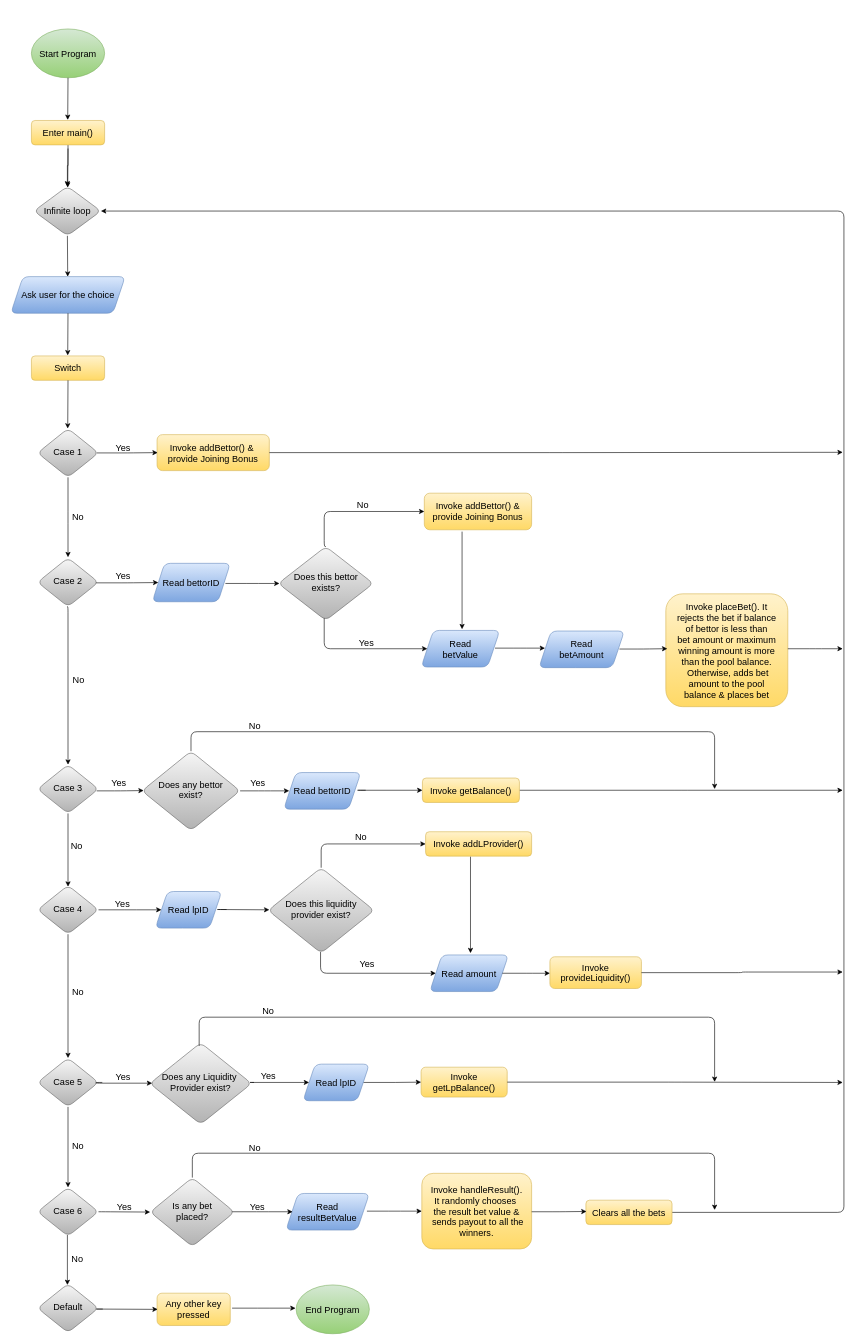
This is Untitled Diagram.drawio from Bhawana15/betting_contract, a draw.io file, before an edit. Source tidied: cells renumbered, new cells numbered last; positions are measured from the earlier drawing's top-left corner, leaving out a move shared by most shapes. Both pictures are drawn from the tidied source at 61%, with x=0, y=0 at pixel (10, 29).
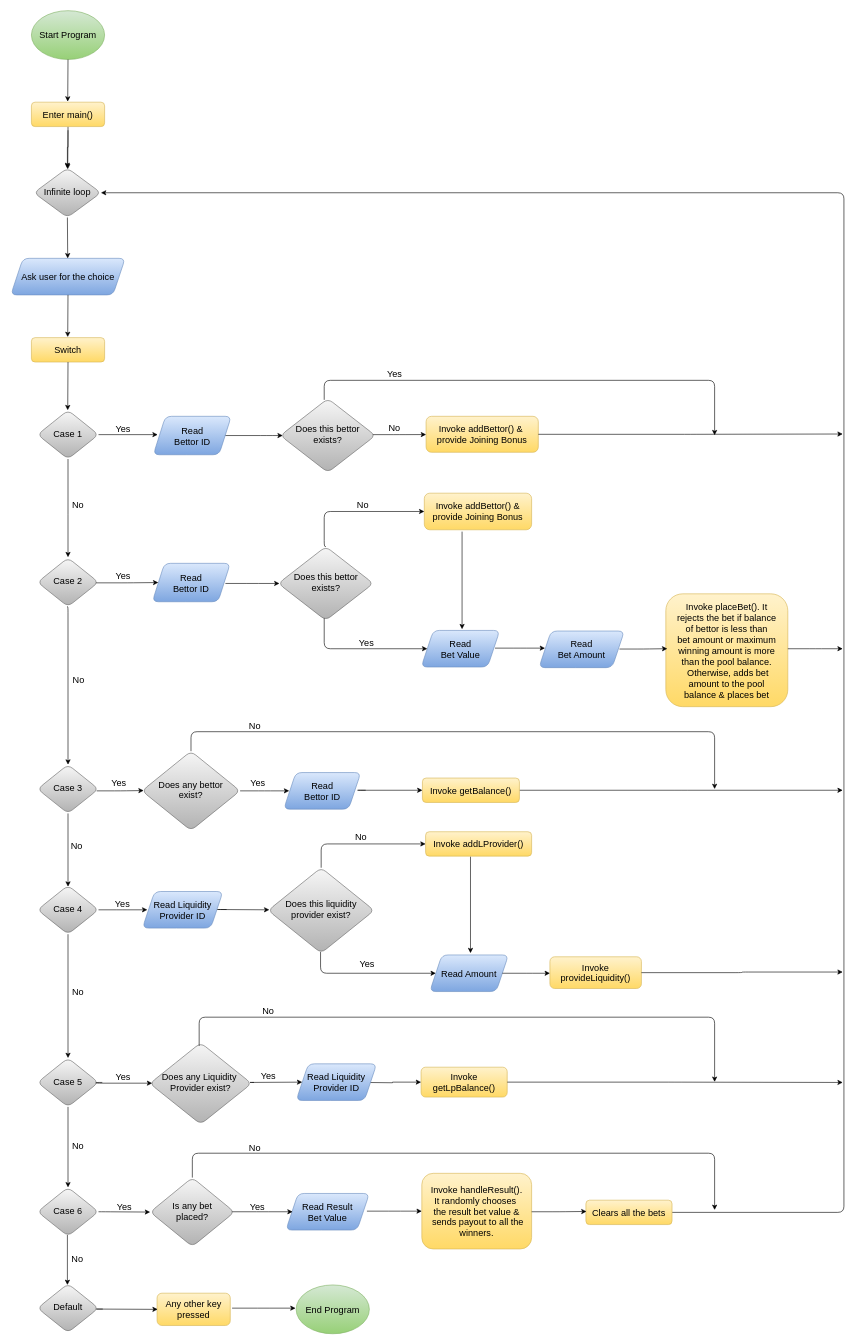
Above is the later version.

Unchanged cells that the change refers to:
```xml
<mxCell id="8" value="&lt;font style=&quot;font-size: 15px;&quot;&gt;Case 4&lt;/font&gt;" style="rhombus;whiteSpace=wrap;html=1;shadow=0;fontFamily=Helvetica;fontSize=15;align=center;strokeWidth=1;spacing=6;spacingTop=-4;fillColor=#f5f5f5;strokeColor=#666666;gradientColor=#b3b3b3;rounded=1;" parent="1" vertex="1">
  <mxGeometry x="44" y="1404" width="100" height="80" as="geometry" />
</mxCell>
<mxCell id="14" value="&lt;font style=&quot;font-size: 15px;&quot;&gt;Invoke getLpBalance()&lt;/font&gt;" style="whiteSpace=wrap;html=1;fontSize=15;glass=0;strokeWidth=1;shadow=0;fillColor=#fff2cc;strokeColor=#d6b656;gradientColor=#ffd966;rounded=1;" parent="1" vertex="1">
  <mxGeometry x="672.8" y="1702" width="141.2" height="49" as="geometry" />
</mxCell>
```

Change to the diagram source:
```diff
@@
     <mxCell id="2" value="&lt;font style=&quot;font-size: 15px&quot;&gt;Switch&lt;br&gt;&lt;/font&gt;" style="whiteSpace=wrap;html=1;fontSize=15;glass=0;strokeWidth=1;shadow=0;fillColor=#fff2cc;strokeColor=#d6b656;gradientColor=#ffd966;rounded=1;" parent="1" vertex="1">
-      <mxGeometry x="34" y="536" width="120" height="40" as="geometry" />
+      <mxGeometry x="34" y="506" width="120" height="40" as="geometry" />
     </mxCell>
@@
+    <mxCell id="107" style="edgeStyle=orthogonalEdgeStyle;rounded=0;orthogonalLoop=1;jettySize=auto;html=1;" parent="1" edge="1">
+      <mxGeometry relative="1" as="geometry">
+        <mxPoint x="144" y="665" as="sourcePoint" />
+        <mxPoint x="241" y="665" as="targetPoint" />
+      </mxGeometry>
+    </mxCell>
     <mxCell id="4" value="&lt;font style=&quot;font-size: 15px;&quot;&gt;Case 1&lt;/font&gt;" style="rhombus;whiteSpace=wrap;html=1;shadow=0;fontFamily=Helvetica;fontSize=15;align=center;strokeWidth=1;spacing=6;spacingTop=-4;fillColor=#f5f5f5;strokeColor=#666666;gradientColor=#b3b3b3;rounded=1;" parent="1" vertex="1">
-      <mxGeometry x="44" y="655" width="100" height="80" as="geometry" />
+      <mxGeometry x="44" y="625" width="100" height="80" as="geometry" />
     </mxCell>
     <mxCell id="5" value="&lt;font style=&quot;font-size: 15px;&quot;&gt;Invoke addBettor() &amp;amp;&amp;nbsp;&lt;br style=&quot;font-size: 15px;&quot;&gt;provide Joining Bonus&lt;br style=&quot;font-size: 15px;&quot;&gt;&lt;/font&gt;" style="whiteSpace=wrap;html=1;fontSize=15;glass=0;strokeWidth=1;shadow=0;fillColor=#fff2cc;strokeColor=#d6b656;gradientColor=#ffd966;rounded=1;" parent="1" vertex="1">
-      <mxGeometry x="240" y="665" width="184" height="59" as="geometry" />
+      <mxGeometry x="681" y="635" width="184" height="59" as="geometry" />
     </mxCell>
@@
     <mxCell id="12" value="&lt;font style=&quot;font-size: 15px;&quot;&gt;Enter main()&lt;/font&gt;" style="whiteSpace=wrap;html=1;fontSize=15;glass=0;strokeWidth=1;shadow=0;fillColor=#fff2cc;strokeColor=#d6b656;gradientColor=#ffd966;rounded=1;" parent="1" vertex="1">
-      <mxGeometry x="34" y="150" width="120" height="40" as="geometry" />
+      <mxGeometry x="34" y="120" width="120" height="40" as="geometry" />
     </mxCell>
@@
     <mxCell id="17" value="&lt;font style=&quot;font-size: 15px;&quot;&gt;&lt;font style=&quot;font-size: 15px;&quot;&gt;Start Program&lt;/font&gt;&lt;br style=&quot;font-size: 15px;&quot;&gt;&lt;/font&gt;" style="ellipse;whiteSpace=wrap;html=1;fillColor=#d5e8d4;strokeColor=#82b366;gradientColor=#97d077;rounded=1;fontSize=15;" parent="1" vertex="1">
-      <mxGeometry x="34" width="120" height="80" as="geometry" />
+      <mxGeometry x="34" y="-30" width="120" height="80" as="geometry" />
     </mxCell>
@@
     <mxCell id="19" value="&lt;font style=&quot;font-size: 15px;&quot;&gt;Ask user for the choice&lt;/font&gt;" style="shape=parallelogram;perimeter=parallelogramPerimeter;whiteSpace=wrap;html=1;fixedSize=1;fillColor=#dae8fc;strokeColor=#6c8ebf;gradientColor=#7ea6e0;rounded=1;fontSize=15;" parent="1" vertex="1">
-      <mxGeometry x="0.2" y="406" width="187.5" height="60" as="geometry" />
+      <mxGeometry x="0.2" y="376" width="187.5" height="60" as="geometry" />
     </mxCell>
@@
     <mxCell id="21" value="&lt;font style=&quot;font-size: 15px;&quot;&gt;Infinite loop&lt;/font&gt;" style="rhombus;whiteSpace=wrap;html=1;shadow=0;fontFamily=Helvetica;fontSize=15;align=center;strokeWidth=1;spacing=6;spacingTop=-4;fillColor=#f5f5f5;strokeColor=#666666;gradientColor=#b3b3b3;rounded=1;" parent="1" vertex="1">
-      <mxGeometry x="38" y="258" width="110" height="81" as="geometry" />
+      <mxGeometry x="38" y="228" width="110" height="81" as="geometry" />
     </mxCell>
-    <mxCell id="22" value="&lt;font style=&quot;font-size: 15px;&quot;&gt;Read bettorID&lt;/font&gt;" style="shape=parallelogram;perimeter=parallelogramPerimeter;whiteSpace=wrap;html=1;fixedSize=1;rounded=1;glass=0;strokeColor=#6c8ebf;gradientColor=#7ea6e0;fillColor=#dae8fc;fontSize=15;" parent="1" vertex="1">
+    <mxCell id="22" value="&lt;font style=&quot;font-size: 15px&quot;&gt;Read &lt;br&gt;Bettor ID&lt;/font&gt;" style="shape=parallelogram;perimeter=parallelogramPerimeter;whiteSpace=wrap;html=1;fixedSize=1;rounded=1;glass=0;strokeColor=#6c8ebf;gradientColor=#7ea6e0;fillColor=#dae8fc;fontSize=15;" parent="1" vertex="1">
       <mxGeometry x="232.2" y="876" width="127.8" height="63" as="geometry" />
     </mxCell>
-    <mxCell id="23" value="&lt;font style=&quot;font-size: 15px&quot;&gt;Read &lt;br&gt;betValue&lt;/font&gt;" style="shape=parallelogram;perimeter=parallelogramPerimeter;whiteSpace=wrap;html=1;fixedSize=1;rounded=1;glass=0;strokeColor=#6c8ebf;gradientColor=#7ea6e0;fillColor=#dae8fc;fontSize=15;" parent="1" vertex="1">
+    <mxCell id="23" value="&lt;font style=&quot;font-size: 15px&quot;&gt;Read &lt;br&gt;Bet Value&lt;/font&gt;" style="shape=parallelogram;perimeter=parallelogramPerimeter;whiteSpace=wrap;html=1;fixedSize=1;rounded=1;glass=0;strokeColor=#6c8ebf;gradientColor=#7ea6e0;fillColor=#dae8fc;fontSize=15;" parent="1" vertex="1">
       <mxGeometry x="673" y="986" width="128.8" height="60" as="geometry" />
     </mxCell>
-    <mxCell id="24" value="&lt;font style=&quot;font-size: 15px;&quot;&gt;Read bettorID&lt;/font&gt;" style="shape=parallelogram;perimeter=parallelogramPerimeter;whiteSpace=wrap;html=1;fixedSize=1;rounded=1;glass=0;strokeColor=#6c8ebf;gradientColor=#7ea6e0;fillColor=#dae8fc;fontSize=15;" parent="1" vertex="1">
+    <mxCell id="24" value="&lt;font style=&quot;font-size: 15px&quot;&gt;Read &lt;br&gt;Bettor ID&lt;/font&gt;" style="shape=parallelogram;perimeter=parallelogramPerimeter;whiteSpace=wrap;html=1;fixedSize=1;rounded=1;glass=0;strokeColor=#6c8ebf;gradientColor=#7ea6e0;fillColor=#dae8fc;fontSize=15;" parent="1" vertex="1">
       <mxGeometry x="447.6" y="1219" width="126.4" height="60" as="geometry" />
     </mxCell>
-    <mxCell id="25" style="edgeStyle=orthogonalEdgeStyle;rounded=0;jettySize=auto;html=1;" parent="1" edge="1" source="26" target="14">
-      <mxGeometry relative="1" as="geometry" />
+    <mxCell id="25" style="edgeStyle=orthogonalEdgeStyle;rounded=0;jettySize=auto;html=1;" parent="1" edge="1" target="14">
+      <mxGeometry relative="1" as="geometry">
+        <mxPoint x="578" y="1727" as="sourcePoint" />
+      </mxGeometry>
     </mxCell>
-    <mxCell id="26" value="&lt;font style=&quot;font-size: 15px;&quot;&gt;Read lpID&lt;/font&gt;" style="shape=parallelogram;perimeter=parallelogramPerimeter;whiteSpace=wrap;html=1;fixedSize=1;rounded=1;glass=0;strokeColor=#6c8ebf;gradientColor=#7ea6e0;fillColor=#dae8fc;fontSize=15;" parent="1" vertex="1">
-      <mxGeometry x="479.2" y="1697" width="108.8" height="60" as="geometry" />
-    </mxCell>
-    <mxCell id="27" value="&lt;font style=&quot;font-size: 15px;&quot;&gt;Read lpID&lt;/font&gt;" style="shape=parallelogram;perimeter=parallelogramPerimeter;whiteSpace=wrap;html=1;fixedSize=1;rounded=1;glass=0;strokeColor=#6c8ebf;gradientColor=#7ea6e0;fillColor=#dae8fc;fontSize=15;" parent="1" vertex="1">
-      <mxGeometry x="237.2" y="1414" width="108.8" height="60" as="geometry" />
+    <mxCell id="27" value="&lt;font style=&quot;font-size: 15px&quot;&gt;Read Liquidity&lt;br&gt;Provider ID&lt;/font&gt;" style="shape=parallelogram;perimeter=parallelogramPerimeter;whiteSpace=wrap;html=1;fixedSize=1;rounded=1;glass=0;strokeColor=#6c8ebf;gradientColor=#7ea6e0;fillColor=#dae8fc;fontSize=15;" parent="1" vertex="1">
+      <mxGeometry x="216" y="1414" width="132" height="60" as="geometry" />
     </mxCell>
-    <mxCell id="28" value="&lt;font style=&quot;font-size: 15px;&quot;&gt;Read amount&lt;/font&gt;" style="shape=parallelogram;perimeter=parallelogramPerimeter;whiteSpace=wrap;html=1;fixedSize=1;rounded=1;glass=0;strokeColor=#6c8ebf;gradientColor=#7ea6e0;fillColor=#dae8fc;fontSize=15;" parent="1" vertex="1">
+    <mxCell id="28" value="&lt;font style=&quot;font-size: 15px&quot;&gt;Read Amount&lt;/font&gt;" style="shape=parallelogram;perimeter=parallelogramPerimeter;whiteSpace=wrap;html=1;fixedSize=1;rounded=1;glass=0;strokeColor=#6c8ebf;gradientColor=#7ea6e0;fillColor=#dae8fc;fontSize=15;" parent="1" vertex="1">
       <mxGeometry x="687" y="1518" width="129" height="60" as="geometry" />
     </mxCell>
-    <mxCell id="29" value="&lt;font style=&quot;font-size: 15px;&quot;&gt;Read resultBetValue&lt;/font&gt;" style="shape=parallelogram;perimeter=parallelogramPerimeter;whiteSpace=wrap;html=1;fixedSize=1;rounded=1;glass=0;strokeColor=#6c8ebf;gradientColor=#7ea6e0;fillColor=#dae8fc;fontSize=15;" parent="1" vertex="1">
+    <mxCell id="29" value="&lt;font style=&quot;font-size: 15px&quot;&gt;Read Result&lt;br&gt;Bet Value&lt;/font&gt;" style="shape=parallelogram;perimeter=parallelogramPerimeter;whiteSpace=wrap;html=1;fixedSize=1;rounded=1;glass=0;strokeColor=#6c8ebf;gradientColor=#7ea6e0;fillColor=#dae8fc;fontSize=15;" parent="1" vertex="1">
       <mxGeometry x="451.2" y="1909" width="136.8" height="60" as="geometry" />
     </mxCell>
@@
     <mxCell id="35" value="&lt;font style=&quot;font-size: 15px;&quot;&gt;Yes&lt;/font&gt;" style="text;html=1;align=center;verticalAlign=middle;strokeColor=none;fontSize=15;" parent="1" vertex="1">
-      <mxGeometry x="164" y="676" width="40" height="20" as="geometry" />
+      <mxGeometry x="164" y="646" width="40" height="20" as="geometry" />
     </mxCell>
@@
     <mxCell id="46" style="edgeStyle=segmentEdgeStyle;endArrow=classic;html=1;fontSize=15;exitX=0.5;exitY=1;exitDx=0;exitDy=0;" parent="1" edge="1" source="17">
       <mxGeometry relative="1" as="geometry">
-        <mxPoint x="93.5" y="149" as="targetPoint" />
+        <mxPoint x="93.5" y="119" as="targetPoint" />
       </mxGeometry>
     </mxCell>
     <mxCell id="47" style="edgeStyle=segmentEdgeStyle;endArrow=classic;html=1;fontSize=15;" parent="1" edge="1">
       <mxGeometry relative="1" as="geometry">
-        <mxPoint x="94" y="196" as="sourcePoint" />
-        <mxPoint x="93.5" y="260" as="targetPoint" />
+        <mxPoint x="94" y="166" as="sourcePoint" />
+        <mxPoint x="93.5" y="230" as="targetPoint" />
       </mxGeometry>
     </mxCell>
     <mxCell id="48" style="edgeStyle=segmentEdgeStyle;endArrow=classic;html=1;fontSize=15;exitX=0.5;exitY=1;exitDx=0;exitDy=0;" parent="1" edge="1" source="21">
       <mxGeometry relative="1" as="geometry">
-        <mxPoint x="93.5" y="406" as="targetPoint" />
+        <mxPoint x="93.5" y="376" as="targetPoint" />
       </mxGeometry>
     </mxCell>
     <mxCell id="49" style="edgeStyle=segmentEdgeStyle;endArrow=classic;html=1;fontSize=15;exitX=0.5;exitY=1;exitDx=0;exitDy=0;" parent="1" edge="1" source="19">
       <mxGeometry relative="1" as="geometry">
-        <mxPoint x="93.5" y="535" as="targetPoint" />
+        <mxPoint x="93.5" y="505" as="targetPoint" />
       </mxGeometry>
     </mxCell>
     <mxCell id="50" style="edgeStyle=segmentEdgeStyle;endArrow=classic;html=1;fontSize=15;exitX=0.5;exitY=1;exitDx=0;exitDy=0;" parent="1" edge="1" source="2">
       <mxGeometry relative="1" as="geometry">
-        <mxPoint x="93.5" y="655" as="targetPoint" />
+        <mxPoint x="93.5" y="625" as="targetPoint" />
       </mxGeometry>
     </mxCell>
@@
-    <mxCell id="55" style="edgeStyle=elbowEdgeStyle;elbow=horizontal;endArrow=classic;html=1;exitX=1;exitY=0.5;exitDx=0;exitDy=0;entryX=0;entryY=0.5;entryDx=0;entryDy=0;fontSize=15;" parent="1" edge="1" source="8" target="27">
-      <mxGeometry relative="1" as="geometry" />
+    <mxCell id="55" style="edgeStyle=elbowEdgeStyle;elbow=horizontal;endArrow=classic;html=1;exitX=1;exitY=0.5;exitDx=0;exitDy=0;fontSize=15;" parent="1" edge="1" source="8">
+      <mxGeometry relative="1" as="geometry">
+        <mxPoint x="224" y="1444" as="targetPoint" />
+      </mxGeometry>
     </mxCell>
@@
     <mxCell id="57" value="&lt;font style=&quot;font-size: 15px;&quot;&gt;No&lt;/font&gt;" style="text;html=1;align=center;verticalAlign=middle;strokeColor=none;fontSize=15;" parent="1" vertex="1">
-      <mxGeometry x="95" y="789" width="30" height="20" as="geometry" />
+      <mxGeometry x="95" y="769" width="30" height="20" as="geometry" />
     </mxCell>
@@
     <mxCell id="75" style="edgeStyle=elbowEdgeStyle;elbow=horizontal;endArrow=classic;html=1;exitX=1;exitY=0.5;exitDx=0;exitDy=0;fontSize=15;" parent="1" edge="1" source="5">
       <mxGeometry relative="1" as="geometry">
-        <mxPoint x="1364" y="694" as="targetPoint" />
+        <mxPoint x="1364" y="664" as="targetPoint" />
       </mxGeometry>
     </mxCell>
@@
-    <mxCell id="78" style="edgeStyle=elbowEdgeStyle;elbow=horizontal;endArrow=classic;html=1;exitX=1;exitY=0.5;exitDx=0;exitDy=0;fontSize=15;" parent="1" edge="1">
-      <mxGeometry relative="1" as="geometry">
-        <mxPoint x="141" y="695" as="sourcePoint" />
-        <mxPoint x="241" y="694.5" as="targetPoint" />
-      </mxGeometry>
-    </mxCell>
@@
-    <mxCell id="99" style="edgeStyle=elbowEdgeStyle;elbow=horizontal;endArrow=classic;html=1;entryX=0;entryY=0.5;entryDx=0;entryDy=0;fontSize=15;" parent="1" edge="1" target="26">
+    <mxCell id="99" style="edgeStyle=elbowEdgeStyle;elbow=horizontal;endArrow=classic;html=1;entryX=0;entryY=0.5;entryDx=0;entryDy=0;fontSize=15;" parent="1" edge="1" target="115">
       <mxGeometry relative="1" as="geometry">
         <mxPoint x="399" y="1727" as="sourcePoint" />
         <Array as="points">
           <mxPoint x="389" y="1727" />
         </Array>
       </mxGeometry>
     </mxCell>
@@
-    <mxCell id="103" value="&lt;font style=&quot;font-size: 15px&quot;&gt;Read &lt;br&gt;betAmount&lt;/font&gt;" style="shape=parallelogram;perimeter=parallelogramPerimeter;whiteSpace=wrap;html=1;fixedSize=1;rounded=1;glass=0;strokeColor=#6c8ebf;gradientColor=#7ea6e0;fillColor=#dae8fc;fontSize=15;" parent="1" vertex="1">
+    <mxCell id="103" value="&lt;font style=&quot;font-size: 15px&quot;&gt;Read &lt;br&gt;Bet Amount&lt;/font&gt;" style="shape=parallelogram;perimeter=parallelogramPerimeter;whiteSpace=wrap;html=1;fixedSize=1;rounded=1;glass=0;strokeColor=#6c8ebf;gradientColor=#7ea6e0;fillColor=#dae8fc;fontSize=15;" parent="1" vertex="1">
       <mxGeometry x="866" y="987" width="140" height="60" as="geometry" />
     </mxCell>
@@
+    <mxCell id="108" style="edgeStyle=elbowEdgeStyle;elbow=horizontal;endArrow=classic;html=1;fontSize=15;entryX=0;entryY=0.5;entryDx=0;entryDy=0;exitX=1;exitY=0.5;exitDx=0;exitDy=0;" parent="1" edge="1" source="114">
+      <mxGeometry relative="1" as="geometry">
+        <mxPoint x="446" y="666.5" as="targetPoint" />
+        <Array as="points">
+          <mxPoint x="420" y="423" />
+        </Array>
+      </mxGeometry>
+    </mxCell>
+    <mxCell id="109" value="&lt;font style=&quot;font-size: 15px;&quot;&gt;Does this bettor &lt;br style=&quot;font-size: 15px;&quot;&gt;exists?&lt;br style=&quot;font-size: 15px;&quot;&gt;&lt;/font&gt;" style="rhombus;whiteSpace=wrap;html=1;shadow=0;fontFamily=Helvetica;fontSize=15;align=center;strokeWidth=1;spacing=6;spacingTop=-4;fillColor=#f5f5f5;strokeColor=#666666;gradientColor=#b3b3b3;rounded=1;" parent="1" vertex="1">
+      <mxGeometry x="442" y="606" width="156" height="121" as="geometry" />
+    </mxCell>
+    <mxCell id="110" style="edgeStyle=elbowEdgeStyle;elbow=horizontal;endArrow=classic;html=1;entryX=0;entryY=0.5;entryDx=0;entryDy=0;fontSize=15;" parent="1" edge="1">
+      <mxGeometry relative="1" as="geometry">
+        <mxPoint x="594" y="665" as="sourcePoint" />
+        <mxPoint x="681" y="664.9" as="targetPoint" />
+      </mxGeometry>
+    </mxCell>
+    <mxCell id="111" style="edgeStyle=elbowEdgeStyle;elbow=vertical;endArrow=classic;html=1;exitX=0.5;exitY=0;exitDx=0;exitDy=0;fontSize=15;" parent="1" edge="1">
+      <mxGeometry relative="1" as="geometry">
+        <mxPoint x="514" y="608" as="sourcePoint" />
+        <mxPoint x="1154" y="666" as="targetPoint" />
+        <Array as="points">
+          <mxPoint x="1232.4" y="576" />
+        </Array>
+      </mxGeometry>
+    </mxCell>
+    <mxCell id="112" value="&lt;font style=&quot;font-size: 15px&quot;&gt;No&lt;/font&gt;" style="text;html=1;align=center;verticalAlign=middle;strokeColor=none;fontSize=15;" parent="1" vertex="1">
+      <mxGeometry x="614" y="644" width="30" height="20" as="geometry" />
+    </mxCell>
+    <mxCell id="113" value="&lt;span style=&quot;font-size: 15px&quot;&gt;Yes&lt;/span&gt;" style="text;html=1;align=center;verticalAlign=middle;strokeColor=none;fontSize=15;" parent="1" vertex="1">
+      <mxGeometry x="609" y="555" width="40" height="20" as="geometry" />
+    </mxCell>
+    <mxCell id="114" value="&lt;font style=&quot;font-size: 15px&quot;&gt;Read &lt;br&gt;Bettor ID&lt;/font&gt;" style="shape=parallelogram;perimeter=parallelogramPerimeter;whiteSpace=wrap;html=1;fixedSize=1;rounded=1;glass=0;strokeColor=#6c8ebf;gradientColor=#7ea6e0;fillColor=#dae8fc;fontSize=15;" parent="1" vertex="1">
+      <mxGeometry x="233.8" y="635" width="127.8" height="63" as="geometry" />
+    </mxCell>
+    <mxCell id="115" value="&lt;font style=&quot;font-size: 15px&quot;&gt;Read Liquidity&lt;br&gt;Provider ID&lt;/font&gt;" style="shape=parallelogram;perimeter=parallelogramPerimeter;whiteSpace=wrap;html=1;fixedSize=1;rounded=1;glass=0;strokeColor=#6c8ebf;gradientColor=#7ea6e0;fillColor=#dae8fc;fontSize=15;" parent="1" vertex="1">
+      <mxGeometry x="468" y="1696.5" width="132" height="60" as="geometry" />
+    </mxCell>
```
